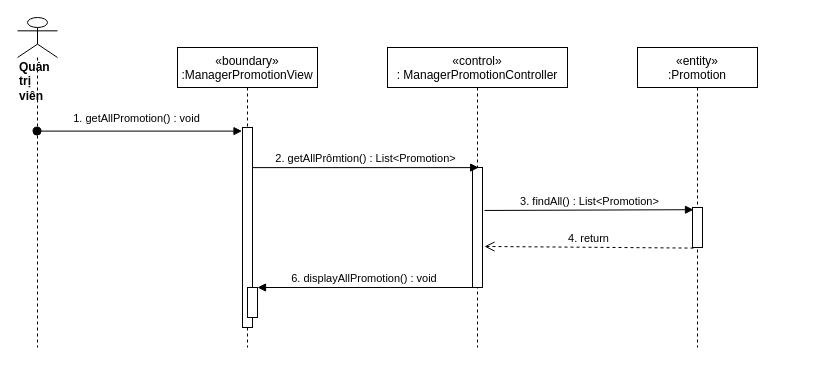
Before: sequence diagram/view-promotions-manager-sequence.drawio in nguyenphamvan/datn_20202, a draw.io diagram. Source tidied: cells renumbered, new cells numbered last; positions are measured from the earlier drawing's top-left corner, leaving out a move shared by most shapes. Both pictures are drawn from the tidied source at 100%, with x=0, y=0 at pixel (17, 17).
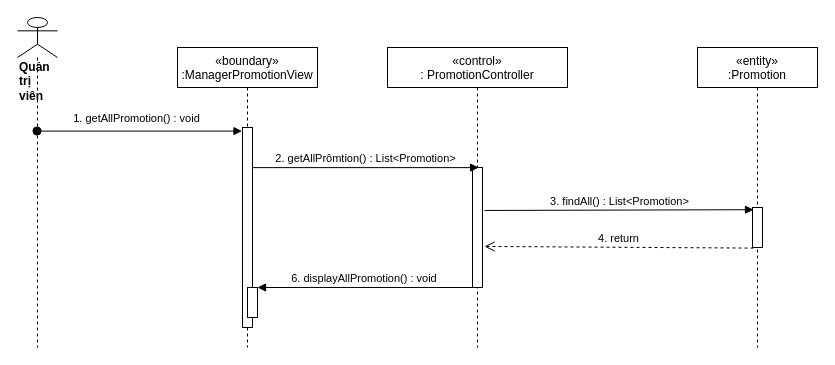
Above is the later version.

Diff of the diagram source:
```diff
@@
 <mxGraphModel>
   <root>
     <mxCell id="0" />
     <mxCell id="1" parent="0" />
     <mxCell id="2" value="«boundary»&#10;:ManagerPromotionView" style="shape=umlLifeline;perimeter=lifelinePerimeter;rounded=0;shadow=0;strokeWidth=1;" parent="1" vertex="1">
       <mxGeometry x="160" y="30" width="140" height="300" as="geometry" />
     </mxCell>
     <mxCell id="3" style="points=[];perimeter=orthogonalPerimeter;rounded=0;shadow=0;strokeWidth=1;" parent="2" vertex="1">
       <mxGeometry x="65" y="80" width="10" height="200" as="geometry" />
     </mxCell>
     <mxCell id="4" style="html=1;points=[];perimeter=orthogonalPerimeter;" parent="2" vertex="1">
       <mxGeometry x="70" y="240" width="10" height="30" as="geometry" />
     </mxCell>
-    <mxCell id="5" value="«control»&#10;: ManagerPromotionController" style="shape=umlLifeline;perimeter=lifelinePerimeter;rounded=0;shadow=0;strokeWidth=1;" parent="1" vertex="1">
+    <mxCell id="5" value="«control»&#10;: PromotionController" style="shape=umlLifeline;perimeter=lifelinePerimeter;rounded=0;shadow=0;strokeWidth=1;" parent="1" vertex="1">
       <mxGeometry x="370" y="30" width="180" height="300" as="geometry" />
     </mxCell>
     <mxCell id="6" style="points=[];perimeter=orthogonalPerimeter;rounded=0;shadow=0;strokeWidth=1;" parent="5" vertex="1">
       <mxGeometry x="85" y="120" width="10" height="120" as="geometry" />
     </mxCell>
     <mxCell id="7" value="&lt;div&gt;&lt;b&gt;Quản trị viên&lt;/b&gt;&lt;/div&gt;" style="shape=umlLifeline;participant=umlActor;perimeter=lifelinePerimeter;whiteSpace=wrap;html=1;verticalAlign=top;spacingTop=36;outlineConnect=0;align=left;size=40;" parent="1" vertex="1">
       <mxGeometry width="40" height="330" as="geometry" />
     </mxCell>
     <mxCell id="8" value="1. getAllPromotion() : void" style="verticalAlign=bottom;startArrow=oval;endArrow=block;startSize=8;shadow=0;strokeWidth=1;entryX=-0.05;entryY=0.018;entryDx=0;entryDy=0;entryPerimeter=0;" parent="1" edge="1" source="7" target="3">
       <mxGeometry x="-0.02" y="4" relative="1" as="geometry" />
     </mxCell>
     <mxCell id="9" value="2. getAllPrômtion() : List&amp;lt;Promotion&amp;gt;" style="html=1;verticalAlign=bottom;endArrow=block;entryX=0.617;entryY=0.001;entryDx=0;entryDy=0;entryPerimeter=0;" parent="1" edge="1" source="3" target="6">
       <mxGeometry relative="1" as="geometry" />
     </mxCell>
     <mxCell id="10" value="6. displayAllPromotion() : void" style="verticalAlign=bottom;endArrow=block;shadow=0;strokeWidth=1;" parent="1" edge="1" source="6" target="4">
       <mxGeometry relative="1" as="geometry" />
     </mxCell>
     <mxCell id="11" value="«entity»&#10;:Promotion" style="shape=umlLifeline;perimeter=lifelinePerimeter;rounded=0;shadow=0;strokeWidth=1;" parent="1" vertex="1">
-      <mxGeometry x="620" y="30" width="120" height="300" as="geometry" />
+      <mxGeometry x="680" y="30" width="120" height="300" as="geometry" />
     </mxCell>
     <mxCell id="12" style="points=[];perimeter=orthogonalPerimeter;rounded=0;shadow=0;strokeWidth=1;" parent="11" vertex="1">
       <mxGeometry x="55" y="160" width="10" height="40" as="geometry" />
     </mxCell>
     <mxCell id="13" value="3. findAll() : List&amp;lt;Promotion&amp;gt;" style="html=1;verticalAlign=bottom;endArrow=block;entryX=0.1;entryY=0.055;entryDx=0;entryDy=0;entryPerimeter=0;exitX=1.2;exitY=0.358;exitDx=0;exitDy=0;exitPerimeter=0;" parent="1" edge="1" source="6" target="12">
       <mxGeometry relative="1" as="geometry" />
     </mxCell>
     <mxCell id="14" value="4. return" style="html=1;verticalAlign=bottom;endArrow=open;dashed=1;endSize=8;exitX=0.1;exitY=1.015;exitDx=0;exitDy=0;exitPerimeter=0;entryX=1.2;entryY=0.658;entryDx=0;entryDy=0;entryPerimeter=0;" parent="1" edge="1" source="12" target="6">
       <mxGeometry relative="1" as="geometry" />
     </mxCell>
   </root>
 </mxGraphModel>
```
